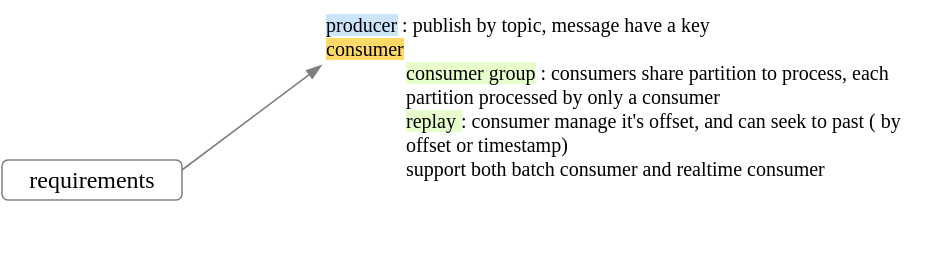
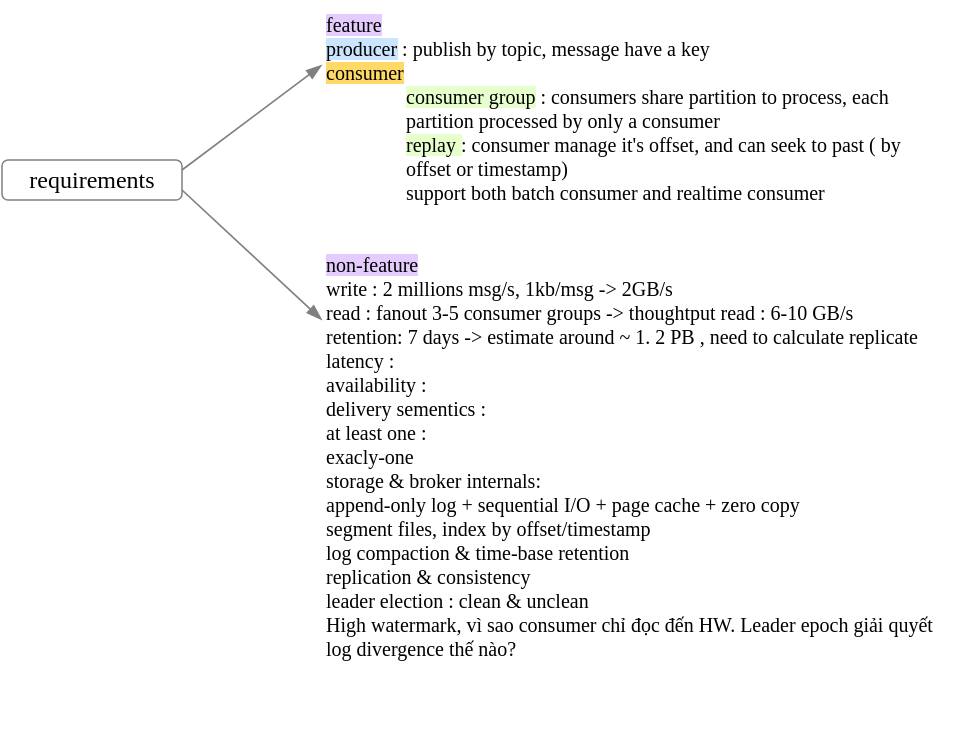
<mxfile host="app.diagrams.net">
  <diagram name="requirements" id="Rtn6FShhF8hoVvrFVuF0">
    <mxGraphModel dx="913" dy="409" grid="1" gridSize="10" guides="1" tooltips="1" connect="1" arrows="1" fold="1" page="1" pageScale="1" pageWidth="827" pageHeight="1169" math="0" shadow="0">
      <root>
        <mxCell id="0" />
        <mxCell id="1" parent="0" />
        <mxCell id="4ZLOK5suKcVKcwbrTfvF-10" parent="1" style="rounded=1;whiteSpace=wrap;html=1;strokeColor=#808080;fontFamily=Comic Sans MS;strokeWidth=0.75;" value="requirements" vertex="1">
          <mxGeometry height="20" width="90" x="200" y="480" as="geometry" />
        </mxCell>
-         <mxCell id="4ZLOK5suKcVKcwbrTfvF-11" parent="1" style="text;html=1;whiteSpace=wrap;strokeColor=none;fillColor=none;align=left;verticalAlign=top;rounded=0;fontFamily=Comic Sans MS;fontSize=10;" value="&lt;span style=&quot;background-color: rgb(204, 229, 255);&quot;&gt;producer&lt;/span&gt; : publish by topic, message have a key&lt;div&gt;&lt;span style=&quot;background-color: rgb(255, 217, 102);&quot;&gt;consumer&lt;/span&gt;&lt;br&gt;&lt;/div&gt;&lt;blockquote style=&quot;margin: 0 0 0 40px; border: none; padding: 0px;&quot;&gt;&lt;div&gt;&lt;div&gt;&lt;span style=&quot;background-color: rgb(230, 255, 204);&quot;&gt;consumer group&lt;/span&gt; : consumers share partition to process, each partition processed by only a consumer&lt;/div&gt;&lt;/div&gt;&lt;div&gt;&lt;div&gt;&lt;span style=&quot;background-color: rgb(230, 255, 204);&quot;&gt;replay &lt;/span&gt;: consumer manage it&#39;s offset, and can seek to past ( by offset or timestamp)&lt;/div&gt;&lt;/div&gt;&lt;div&gt;support both batch consumer and realtime consumer&lt;/div&gt;&lt;/blockquote&gt;&lt;div&gt;&lt;div&gt;&lt;br&gt;&lt;/div&gt;&lt;div&gt;&lt;br&gt;&lt;/div&gt;&lt;/div&gt;" vertex="1">
+         <mxCell id="4ZLOK5suKcVKcwbrTfvF-11" parent="1" style="text;html=1;whiteSpace=wrap;strokeColor=none;fillColor=none;align=left;verticalAlign=top;rounded=0;fontFamily=Comic Sans MS;fontSize=10;" value="&lt;div&gt;&lt;span style=&quot;background-color: rgb(229, 204, 255);&quot;&gt;feature&lt;/span&gt;&lt;/div&gt;&lt;span style=&quot;background-color: rgb(204, 229, 255);&quot;&gt;producer&lt;/span&gt; : publish by topic, message have a key&lt;div&gt;&lt;span style=&quot;background-color: rgb(255, 217, 102);&quot;&gt;consumer&lt;/span&gt;&lt;br&gt;&lt;/div&gt;&lt;blockquote style=&quot;margin: 0 0 0 40px; border: none; padding: 0px;&quot;&gt;&lt;div&gt;&lt;div&gt;&lt;span style=&quot;background-color: rgb(230, 255, 204);&quot;&gt;consumer group&lt;/span&gt; : consumers share partition to process, each partition processed by only a consumer&lt;/div&gt;&lt;/div&gt;&lt;div&gt;&lt;div&gt;&lt;span style=&quot;background-color: rgb(230, 255, 204);&quot;&gt;replay &lt;/span&gt;: consumer manage it&#39;s offset, and can seek to past ( by offset or timestamp)&lt;/div&gt;&lt;/div&gt;&lt;div&gt;support both batch consumer and realtime consumer&lt;/div&gt;&lt;/blockquote&gt;&lt;div&gt;&lt;div&gt;&lt;br&gt;&lt;/div&gt;&lt;div&gt;&lt;br&gt;&lt;/div&gt;&lt;/div&gt;" vertex="1">
          <mxGeometry height="130" width="300" x="360" y="400" as="geometry" />
        </mxCell>
        <mxCell id="4ZLOK5suKcVKcwbrTfvF-12" edge="1" parent="1" source="4ZLOK5suKcVKcwbrTfvF-10" style="endArrow=blockThin;html=1;rounded=0;strokeColor=#808080;endFill=1;strokeWidth=0.85;exitX=1;exitY=0.25;exitDx=0;exitDy=0;entryX=0;entryY=0.25;entryDx=0;entryDy=0;" target="4ZLOK5suKcVKcwbrTfvF-11" value="">
          <mxGeometry height="50" relative="1" width="50" as="geometry">
            <mxPoint x="220" y="520" as="sourcePoint" />
            <mxPoint x="270" y="470" as="targetPoint" />
          </mxGeometry>
        </mxCell>
+         <mxCell id="8LBblZ5QOINscGGGs-Do-1" parent="1" style="text;html=1;whiteSpace=wrap;strokeColor=none;fillColor=none;align=left;verticalAlign=top;rounded=0;fontFamily=Comic Sans MS;fontSize=10;" value="&lt;span style=&quot;background-color: rgb(229, 204, 255);&quot;&gt;non-feature&lt;/span&gt;&lt;div&gt;write : 2 millions msg/s, 1kb/msg -&amp;gt; 2GB/s&lt;/div&gt;&lt;div&gt;read : fanout 3-5 consumer groups -&amp;gt; thoughtput read : 6-10 GB/s&lt;/div&gt;&lt;div&gt;retention: 7 days -&amp;gt; estimate around ~ 1. 2 PB , need to calculate replicate&lt;/div&gt;&lt;div&gt;latency :&amp;nbsp;&lt;/div&gt;&lt;div&gt;availability :&amp;nbsp;&lt;/div&gt;&lt;div&gt;delivery sementics :&amp;nbsp;&lt;/div&gt;&lt;div&gt;at least one :&amp;nbsp;&lt;/div&gt;&lt;div&gt;exacly-one&lt;/div&gt;&lt;div&gt;storage &amp;amp; broker internals:&lt;/div&gt;&lt;div&gt;append-only log + sequential I/O + page cache + zero copy&amp;nbsp;&lt;/div&gt;&lt;div&gt;segment files, index by offset/timestamp&lt;/div&gt;&lt;div&gt;log compaction &amp;amp; time-base retention&amp;nbsp;&lt;/div&gt;&lt;div&gt;replication &amp;amp; consistency&lt;/div&gt;&lt;div&gt;leader election : clean &amp;amp; unclean&lt;/div&gt;&lt;div&gt;&lt;div&gt;High watermark, vì sao consumer chỉ đọc đến HW. Leader epoch giải quyết log divergence thế nào?&lt;/div&gt;&lt;/div&gt;&lt;div&gt;&lt;br&gt;&lt;/div&gt;&lt;div&gt;&lt;br&gt;&lt;/div&gt;&lt;div&gt;&lt;br&gt;&lt;/div&gt;" vertex="1">
+           <mxGeometry height="160" width="320" x="360" y="520" as="geometry" />
+         </mxCell>
+         <mxCell id="8LBblZ5QOINscGGGs-Do-2" edge="1" parent="1" source="4ZLOK5suKcVKcwbrTfvF-10" style="endArrow=blockThin;html=1;rounded=0;strokeColor=#808080;endFill=1;strokeWidth=0.85;exitX=1;exitY=0.75;exitDx=0;exitDy=0;entryX=0;entryY=0.25;entryDx=0;entryDy=0;" target="8LBblZ5QOINscGGGs-Do-1" value="">
+           <mxGeometry height="50" relative="1" width="50" as="geometry">
+             <mxPoint x="390" y="510" as="sourcePoint" />
+             <mxPoint x="440" y="460" as="targetPoint" />
+           </mxGeometry>
+         </mxCell>
      </root>
    </mxGraphModel>
  </diagram>
</mxfile>
